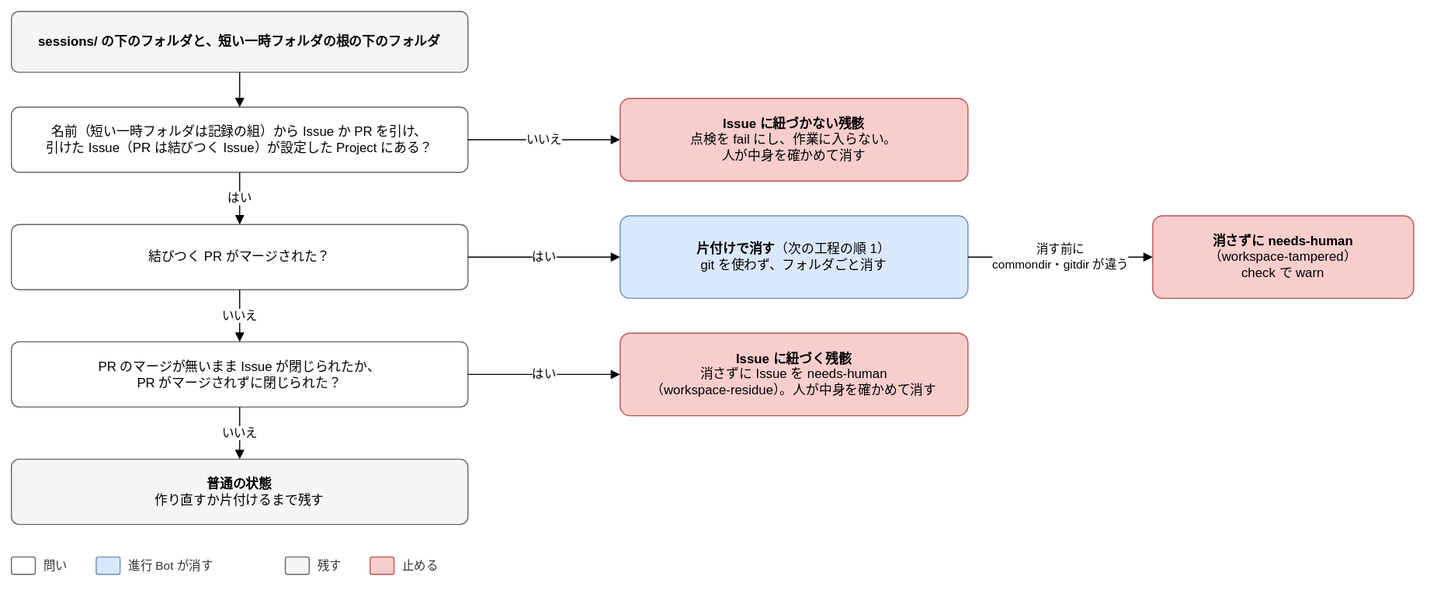
Joymerrevent/dev-autopilot keeps this draw.io diagram as docs/design/basic/diagrams/02-workspace-residue.drawio.svg. Above is the earlier version. Source tidied: cells renumbered, new cells last; positions are measured from the earlier drawing's top-left corner, leaving out a move shared by most shapes.
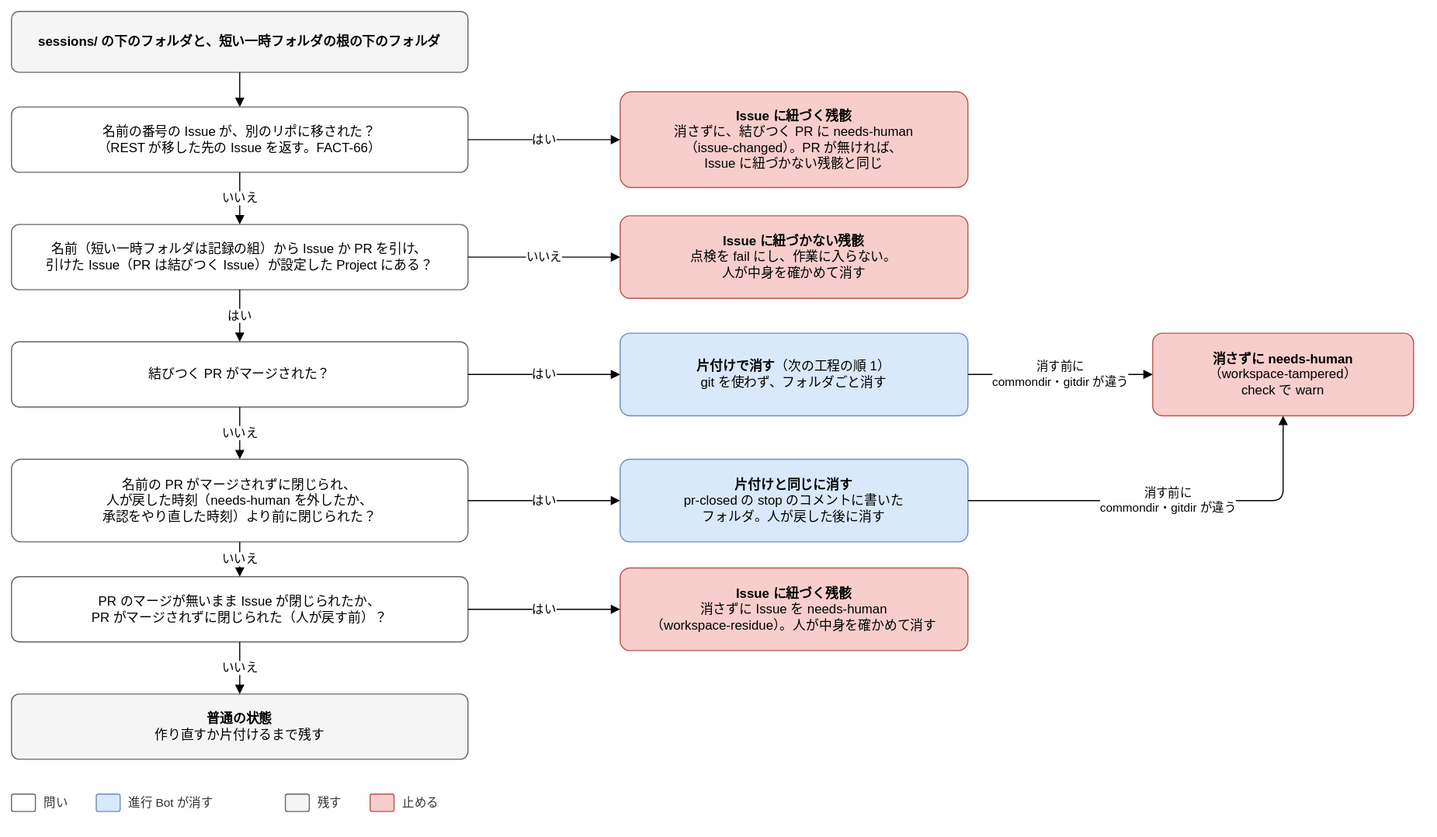
After the commit.

Diff of the diagram source:
```diff
@@ -6,27 +6,27 @@
       <mxGeometry width="420" height="56" as="geometry" />
     </mxCell>
     <mxCell id="3" value="名前（短い一時フォルダは記録の組）から Issue か PR を引け、&lt;br&gt;引けた Issue（PR は結びつく Issue）が設定した Project にある？" style="rounded=1;whiteSpace=wrap;html=1;fontSize=12;arcSize=12;spacing=12;fillColor=#ffffff;strokeColor=#666666;" parent="1" vertex="1">
-      <mxGeometry y="88" width="420" height="60" as="geometry" />
+      <mxGeometry y="196" width="420" height="60" as="geometry" />
     </mxCell>
     <mxCell id="4" value="結びつく PR がマージされた？" style="rounded=1;whiteSpace=wrap;html=1;fontSize=12;arcSize=12;spacing=12;fillColor=#ffffff;strokeColor=#666666;" parent="1" vertex="1">
-      <mxGeometry y="196" width="420" height="60" as="geometry" />
+      <mxGeometry y="304" width="420" height="60" as="geometry" />
     </mxCell>
-    <mxCell id="5" value="PR のマージが無いまま Issue が閉じられたか、&lt;br&gt;PR がマージされずに閉じられた？" style="rounded=1;whiteSpace=wrap;html=1;fontSize=12;arcSize=12;spacing=12;fillColor=#ffffff;strokeColor=#666666;" parent="1" vertex="1">
-      <mxGeometry y="304" width="420" height="60" as="geometry" />
+    <mxCell id="5" value="PR のマージが無いまま Issue が閉じられたか、&lt;br&gt;PR がマージされずに閉じられた（人が戻す前）？" style="rounded=1;whiteSpace=wrap;html=1;fontSize=12;arcSize=12;spacing=12;fillColor=#ffffff;strokeColor=#666666;" parent="1" vertex="1">
+      <mxGeometry y="520" width="420" height="60" as="geometry" />
     </mxCell>
     <mxCell id="6" value="&lt;b&gt;Issue に紐づかない残骸&lt;/b&gt;&lt;br&gt;点検を fail にし、作業に入らない。&lt;br&gt;人が中身を確かめて消す" style="rounded=1;whiteSpace=wrap;html=1;fontSize=12;arcSize=12;spacing=12;fillColor=#f8cecc;strokeColor=#b85450;" parent="1" vertex="1">
-      <mxGeometry x="560" y="80" width="320" height="76" as="geometry" />
+      <mxGeometry x="560" y="188" width="320" height="76" as="geometry" />
     </mxCell>
     <mxCell id="7" value="&lt;b&gt;片付けで消す&lt;/b&gt;（次の工程の順 1）&lt;br&gt;git を使わず、フォルダごと消す" style="rounded=1;whiteSpace=wrap;html=1;fontSize=12;arcSize=12;spacing=12;fillColor=#dae8fc;strokeColor=#6c8ebf;" parent="1" vertex="1">
-      <mxGeometry x="560" y="188" width="320" height="76" as="geometry" />
+      <mxGeometry x="560" y="296" width="320" height="76" as="geometry" />
     </mxCell>
     <mxCell id="8" value="&lt;b&gt;Issue に紐づく残骸&lt;/b&gt;&lt;br&gt;消さずに Issue を needs-human&lt;br&gt;（workspace-residue）。人が中身を確かめて消す" style="rounded=1;whiteSpace=wrap;html=1;fontSize=12;arcSize=12;spacing=12;fillColor=#f8cecc;strokeColor=#b85450;" parent="1" vertex="1">
-      <mxGeometry x="560" y="296" width="320" height="76" as="geometry" />
+      <mxGeometry x="560" y="512" width="320" height="76" as="geometry" />
     </mxCell>
     <mxCell id="9" value="&lt;b&gt;普通の状態&lt;/b&gt;&lt;br&gt;作り直すか片付けるまで残す" style="rounded=1;whiteSpace=wrap;html=1;fontSize=12;arcSize=12;spacing=12;fillColor=#f5f5f5;strokeColor=#666666;" parent="1" vertex="1">
-      <mxGeometry y="412" width="420" height="60" as="geometry" />
+      <mxGeometry y="628" width="420" height="60" as="geometry" />
     </mxCell>
-    <mxCell id="10" style="edgeStyle=orthogonalEdgeStyle;rounded=1;html=1;endArrow=block;endFill=1;fontSize=11;labelBackgroundColor=#ffffff;exitX=0.5;exitY=1;exitDx=0;exitDy=0;entryX=0.5;entryY=0;entryDx=0;entryDy=0;" parent="1" edge="1" source="2" target="3">
+    <mxCell id="10" style="edgeStyle=orthogonalEdgeStyle;rounded=1;html=1;endArrow=block;endFill=1;fontSize=11;labelBackgroundColor=#ffffff;exitX=0.5;exitY=1;exitDx=0;exitDy=0;entryX=0.5;entryY=0;entryDx=0;entryDy=0;" parent="1" edge="1" source="2" target="27">
       <mxGeometry relative="1" as="geometry" />
     </mxCell>
     <mxCell id="11" value="いいえ" style="edgeStyle=orthogonalEdgeStyle;rounded=1;html=1;endArrow=block;endFill=1;fontSize=11;labelBackgroundColor=#ffffff;exitX=1;exitY=0.5;exitDx=0;exitDy=0;entryX=0;entryY=0.5;entryDx=0;entryDy=0;" parent="1" edge="1" source="3" target="6">
@@ -38,7 +38,7 @@
     <mxCell id="13" value="はい" style="edgeStyle=orthogonalEdgeStyle;rounded=1;html=1;endArrow=block;endFill=1;fontSize=11;labelBackgroundColor=#ffffff;exitX=1;exitY=0.5;exitDx=0;exitDy=0;entryX=0;entryY=0.5;entryDx=0;entryDy=0;" parent="1" edge="1" source="4" target="7">
       <mxGeometry relative="1" as="geometry" />
     </mxCell>
-    <mxCell id="14" value="いいえ" style="edgeStyle=orthogonalEdgeStyle;rounded=1;html=1;endArrow=block;endFill=1;fontSize=11;labelBackgroundColor=#ffffff;exitX=0.5;exitY=1;exitDx=0;exitDy=0;entryX=0.5;entryY=0;entryDx=0;entryDy=0;" parent="1" edge="1" source="4" target="5">
+    <mxCell id="14" value="いいえ" style="edgeStyle=orthogonalEdgeStyle;rounded=1;html=1;endArrow=block;endFill=1;fontSize=11;labelBackgroundColor=#ffffff;exitX=0.5;exitY=1;exitDx=0;exitDy=0;entryX=0.5;entryY=0;entryDx=0;entryDy=0;" parent="1" edge="1" source="4" target="31">
       <mxGeometry relative="1" as="geometry" />
     </mxCell>
     <mxCell id="15" value="はい" style="edgeStyle=orthogonalEdgeStyle;rounded=1;html=1;endArrow=block;endFill=1;fontSize=11;labelBackgroundColor=#ffffff;exitX=1;exitY=0.5;exitDx=0;exitDy=0;entryX=0;entryY=0.5;entryDx=0;entryDy=0;" parent="1" edge="1" source="5" target="8">
@@ -48,34 +48,61 @@
       <mxGeometry relative="1" as="geometry" />
     </mxCell>
     <mxCell id="17" style="rounded=1;whiteSpace=wrap;html=1;fontSize=12;arcSize=12;spacing=12;fillColor=#ffffff;strokeColor=#666666;" parent="1" vertex="1">
-      <mxGeometry y="502" width="22" height="16" as="geometry" />
+      <mxGeometry y="720" width="22" height="16" as="geometry" />
     </mxCell>
     <mxCell id="18" value="問い" style="text;html=1;align=left;verticalAlign=middle;fontSize=11;fontColor=#333333;" parent="1" vertex="1">
-      <mxGeometry x="28" y="500" width="34" height="20" as="geometry" />
+      <mxGeometry x="28" y="718" width="34" height="20" as="geometry" />
     </mxCell>
     <mxCell id="19" style="rounded=1;whiteSpace=wrap;html=1;fontSize=12;arcSize=12;spacing=12;fillColor=#dae8fc;strokeColor=#6c8ebf;" parent="1" vertex="1">
-      <mxGeometry x="78" y="502" width="22" height="16" as="geometry" />
+      <mxGeometry x="78" y="720" width="22" height="16" as="geometry" />
     </mxCell>
     <mxCell id="20" value="進行 Bot が消す" style="text;html=1;align=left;verticalAlign=middle;fontSize=11;fontColor=#333333;" parent="1" vertex="1">
-      <mxGeometry x="106" y="500" width="130" height="20" as="geometry" />
+      <mxGeometry x="106" y="718" width="130" height="20" as="geometry" />
     </mxCell>
     <mxCell id="21" style="rounded=1;whiteSpace=wrap;html=1;fontSize=12;arcSize=12;spacing=12;fillColor=#f5f5f5;strokeColor=#666666;" parent="1" vertex="1">
-      <mxGeometry x="252" y="502" width="22" height="16" as="geometry" />
+      <mxGeometry x="252" y="720" width="22" height="16" as="geometry" />
     </mxCell>
     <mxCell id="22" value="残す" style="text;html=1;align=left;verticalAlign=middle;fontSize=11;fontColor=#333333;" parent="1" vertex="1">
-      <mxGeometry x="280" y="500" width="34" height="20" as="geometry" />
+      <mxGeometry x="280" y="718" width="34" height="20" as="geometry" />
     </mxCell>
     <mxCell id="23" style="rounded=1;whiteSpace=wrap;html=1;fontSize=12;arcSize=12;spacing=12;fillColor=#f8cecc;strokeColor=#b85450;" parent="1" vertex="1">
-      <mxGeometry x="330" y="502" width="22" height="16" as="geometry" />
+      <mxGeometry x="330" y="720" width="22" height="16" as="geometry" />
     </mxCell>
     <mxCell id="24" value="止める" style="text;html=1;align=left;verticalAlign=middle;fontSize=11;fontColor=#333333;" parent="1" vertex="1">
-      <mxGeometry x="358" y="500" width="46" height="20" as="geometry" />
+      <mxGeometry x="358" y="718" width="46" height="20" as="geometry" />
     </mxCell>
     <mxCell id="25" value="&lt;b&gt;消さずに needs-human&lt;/b&gt;&lt;br&gt;（workspace-tampered）&lt;br&gt;check で warn" style="rounded=1;whiteSpace=wrap;html=1;fontSize=12;arcSize=12;spacing=12;fillColor=#f8cecc;strokeColor=#b85450;" parent="1" vertex="1">
-      <mxGeometry x="1050" y="188" width="240" height="76" as="geometry" />
+      <mxGeometry x="1050" y="296" width="240" height="76" as="geometry" />
     </mxCell>
     <mxCell id="26" value="消す前に&lt;br&gt;commondir・gitdir が違う" style="edgeStyle=orthogonalEdgeStyle;rounded=1;html=1;endArrow=block;endFill=1;fontSize=11;labelBackgroundColor=#ffffff;exitX=1;exitY=0.5;exitDx=0;exitDy=0;entryX=0;entryY=0.5;entryDx=0;entryDy=0;" parent="1" edge="1" source="7" target="25">
       <mxGeometry relative="1" as="geometry" />
     </mxCell>
+    <mxCell id="27" value="名前の番号の Issue が、別のリポに移された？&lt;br&gt;（REST が移した先の Issue を返す。FACT-66）" style="rounded=1;whiteSpace=wrap;html=1;fontSize=12;arcSize=12;spacing=12;fillColor=#ffffff;strokeColor=#666666;" parent="1" vertex="1">
+      <mxGeometry y="88" width="420" height="60" as="geometry" />
+    </mxCell>
+    <mxCell id="28" value="&lt;b&gt;Issue に紐づく残骸&lt;/b&gt;&lt;br&gt;消さずに、結びつく PR に needs-human&lt;br&gt;（issue-changed）。PR が無ければ、&lt;br&gt;Issue に紐づかない残骸と同じ" style="rounded=1;whiteSpace=wrap;html=1;fontSize=12;arcSize=12;spacing=12;fillColor=#f8cecc;strokeColor=#b85450;" parent="1" vertex="1">
+      <mxGeometry x="560" y="74" width="320" height="88" as="geometry" />
+    </mxCell>
+    <mxCell id="29" value="はい" style="edgeStyle=orthogonalEdgeStyle;rounded=1;html=1;endArrow=block;endFill=1;fontSize=11;labelBackgroundColor=#ffffff;exitX=1;exitY=0.5;exitDx=0;exitDy=0;entryX=0;entryY=0.5;entryDx=0;entryDy=0;" parent="1" edge="1" source="27" target="28">
+      <mxGeometry relative="1" as="geometry" />
+    </mxCell>
+    <mxCell id="30" value="いいえ" style="edgeStyle=orthogonalEdgeStyle;rounded=1;html=1;endArrow=block;endFill=1;fontSize=11;labelBackgroundColor=#ffffff;exitX=0.5;exitY=1;exitDx=0;exitDy=0;entryX=0.5;entryY=0;entryDx=0;entryDy=0;" parent="1" edge="1" source="27" target="3">
+      <mxGeometry relative="1" as="geometry" />
+    </mxCell>
+    <mxCell id="31" value="名前の PR がマージされずに閉じられ、&lt;br&gt;人が戻した時刻（needs-human を外したか、&lt;br&gt;承認をやり直した時刻）より前に閉じられた？" style="rounded=1;whiteSpace=wrap;html=1;fontSize=12;arcSize=12;spacing=12;fillColor=#ffffff;strokeColor=#666666;" parent="1" vertex="1">
+      <mxGeometry y="412" width="420" height="76" as="geometry" />
+    </mxCell>
+    <mxCell id="32" value="&lt;b&gt;片付けと同じに消す&lt;/b&gt;&lt;br&gt;pr-closed の stop のコメントに書いた&lt;br&gt;フォルダ。人が戻した後に消す" style="rounded=1;whiteSpace=wrap;html=1;fontSize=12;arcSize=12;spacing=12;fillColor=#dae8fc;strokeColor=#6c8ebf;" parent="1" vertex="1">
+      <mxGeometry x="560" y="412" width="320" height="76" as="geometry" />
+    </mxCell>
+    <mxCell id="33" value="はい" style="edgeStyle=orthogonalEdgeStyle;rounded=1;html=1;endArrow=block;endFill=1;fontSize=11;labelBackgroundColor=#ffffff;exitX=1;exitY=0.5;exitDx=0;exitDy=0;entryX=0;entryY=0.5;entryDx=0;entryDy=0;" parent="1" edge="1" source="31" target="32">
+      <mxGeometry relative="1" as="geometry" />
+    </mxCell>
+    <mxCell id="34" value="いいえ" style="edgeStyle=orthogonalEdgeStyle;rounded=1;html=1;endArrow=block;endFill=1;fontSize=11;labelBackgroundColor=#ffffff;exitX=0.5;exitY=1;exitDx=0;exitDy=0;entryX=0.5;entryY=0;entryDx=0;entryDy=0;" parent="1" edge="1" source="31" target="5">
+      <mxGeometry relative="1" as="geometry" />
+    </mxCell>
+    <mxCell id="35" value="消す前に&lt;br&gt;commondir・gitdir が違う" style="edgeStyle=orthogonalEdgeStyle;rounded=1;html=1;endArrow=block;endFill=1;fontSize=11;labelBackgroundColor=#ffffff;exitX=1;exitY=0.5;exitDx=0;exitDy=0;entryX=0.5;entryY=1;entryDx=0;entryDy=0;" parent="1" edge="1" source="32" target="25">
+      <mxGeometry relative="1" as="geometry" />
+    </mxCell>
   </root>
 </mxGraphModel>
```
